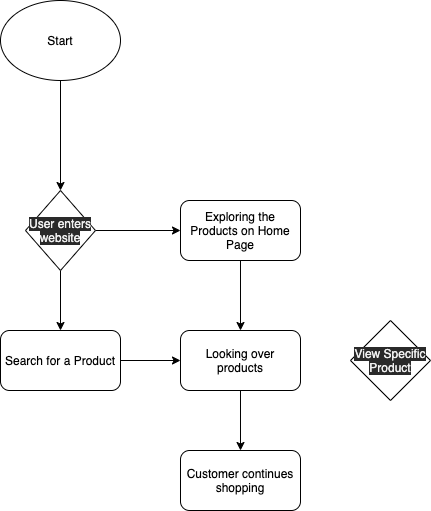
Above: part2/part2.drawio.png in dhuynh97/sp21-cse110-lab4 (draw.io), before the change. Source tidied: cells renumbered, new cells last; positions are measured from the earlier drawing's top-left corner, leaving out a move shared by most shapes.
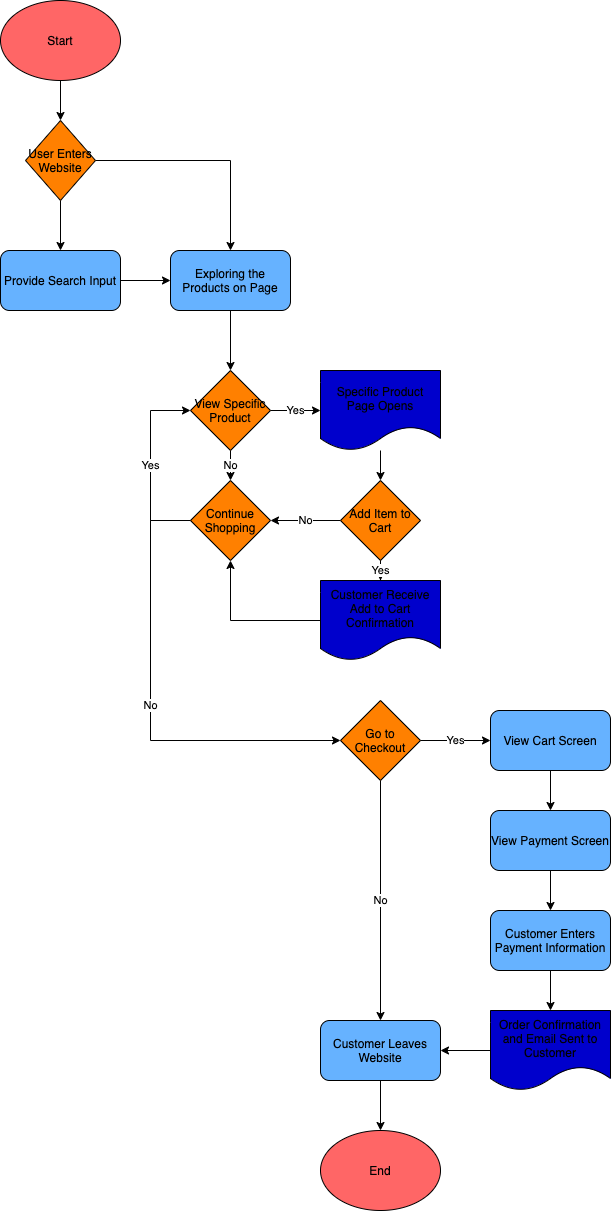
Later version of the same file.

Commit message:
part 2 finished

The edit, as a diff of the source:
```diff
@@ -5,41 +5,122 @@
     <mxCell id="2" style="edgeStyle=orthogonalEdgeStyle;rounded=0;jettySize=auto;html=1;" parent="1" edge="1" source="3" target="12">
       <mxGeometry relative="1" as="geometry" />
     </mxCell>
-    <mxCell id="3" value="Start" style="ellipse;whiteSpace=wrap;html=1;" parent="1" vertex="1">
-      <mxGeometry width="120" height="80" as="geometry" />
+    <mxCell id="3" value="Start" style="ellipse;whiteSpace=wrap;html=1;fillColor=#FF6666;" parent="1" vertex="1">
+      <mxGeometry x="-100" y="-100" width="120" height="80" as="geometry" />
     </mxCell>
-    <mxCell id="4" style="edgeStyle=orthogonalEdgeStyle;rounded=0;jettySize=auto;html=1;" parent="1" edge="1" source="5" target="9">
-      <mxGeometry relative="1" as="geometry" />
-    </mxCell>
-    <mxCell id="5" value="Search for a Product" style="rounded=1;whiteSpace=wrap;html=1;" parent="1" vertex="1">
-      <mxGeometry y="330" width="120" height="60" as="geometry" />
-    </mxCell>
-    <mxCell id="6" style="edgeStyle=orthogonalEdgeStyle;rounded=0;jettySize=auto;html=1;" parent="1" edge="1" source="7" target="9">
-      <mxGeometry relative="1" as="geometry" />
-    </mxCell>
+    <mxCell id="15" style="edgeStyle=orthogonalEdgeStyle;rounded=0;jettySize=auto;html=1;" parent="1" edge="1" source="7" target="13">
+      <mxGeometry relative="1" as="geometry" />
+    </mxCell>
-    <mxCell id="7" value="Exploring the Products on Home Page" style="rounded=1;whiteSpace=wrap;html=1;" parent="1" vertex="1">
-      <mxGeometry x="180" y="200" width="120" height="60" as="geometry" />
+    <mxCell id="7" value="Exploring the Products on Page" style="rounded=1;whiteSpace=wrap;html=1;fillColor=#66B2FF;" parent="1" vertex="1">
+      <mxGeometry x="70" y="150" width="120" height="60" as="geometry" />
     </mxCell>
-    <mxCell id="8" style="edgeStyle=orthogonalEdgeStyle;rounded=0;jettySize=auto;html=1;" parent="1" edge="1" source="9" target="14">
-      <mxGeometry relative="1" as="geometry" />
-    </mxCell>
-    <mxCell id="9" value="Looking over products" style="rounded=1;whiteSpace=wrap;html=1;" parent="1" vertex="1">
-      <mxGeometry x="180" y="330" width="120" height="60" as="geometry" />
-    </mxCell>
-    <mxCell id="10" style="edgeStyle=orthogonalEdgeStyle;rounded=0;jettySize=auto;html=1;" parent="1" edge="1" source="12" target="5">
-      <mxGeometry relative="1" as="geometry" />
-    </mxCell>
     <mxCell id="11" style="edgeStyle=orthogonalEdgeStyle;rounded=0;jettySize=auto;html=1;" parent="1" edge="1" source="12" target="7">
       <mxGeometry relative="1" as="geometry" />
     </mxCell>
+    <mxCell id="16" style="edgeStyle=orthogonalEdgeStyle;rounded=0;jettySize=auto;html=1;" parent="1" edge="1" source="12" target="18">
+      <mxGeometry relative="1" as="geometry" />
+    </mxCell>
-    <mxCell id="12" value="&lt;meta charset=&quot;utf-8&quot;&gt;&lt;span style=&quot;color: rgb(240, 240, 240); font-family: helvetica; font-size: 12px; font-style: normal; font-weight: 400; letter-spacing: normal; text-align: center; text-indent: 0px; text-transform: none; word-spacing: 0px; background-color: rgb(42, 42, 42); display: inline; float: none;&quot;&gt;User enters website&lt;/span&gt;" style="rhombus;whiteSpace=wrap;html=1;" parent="1" vertex="1">
-      <mxGeometry x="25" y="190" width="70" height="80" as="geometry" />
+    <mxCell id="12" value="&lt;font face=&quot;helvetica&quot;&gt;User Enters Website&lt;/font&gt;" style="rhombus;whiteSpace=wrap;html=1;fillColor=#FF8000;" parent="1" vertex="1">
+      <mxGeometry x="-75" y="20" width="70" height="80" as="geometry" />
     </mxCell>
+    <mxCell id="17" style="edgeStyle=orthogonalEdgeStyle;rounded=0;jettySize=auto;html=1;" parent="1" edge="1" source="18" target="7">
+      <mxGeometry relative="1" as="geometry" />
+    </mxCell>
+    <mxCell id="18" value="Provide Search Input" style="rounded=1;whiteSpace=wrap;html=1;fillColor=#66B2FF;" parent="1" vertex="1">
+      <mxGeometry x="-100" y="150" width="120" height="60" as="geometry" />
+    </mxCell>
+    <mxCell id="19" value="Yes" style="edgeStyle=orthogonalEdgeStyle;rounded=0;jettySize=auto;html=1;" parent="1" edge="1" source="13" target="26">
+      <mxGeometry relative="1" as="geometry" />
+    </mxCell>
+    <mxCell id="20" value="No" style="edgeStyle=orthogonalEdgeStyle;rounded=0;jettySize=auto;html=1;" parent="1" edge="1" source="13">
+      <mxGeometry relative="1" as="geometry">
+        <mxPoint x="130" y="380" as="targetPoint" />
+      </mxGeometry>
+    </mxCell>
-    <mxCell id="13" value="&lt;meta charset=&quot;utf-8&quot;&gt;&lt;span style=&quot;color: rgb(240, 240, 240); font-family: helvetica; font-size: 12px; font-style: normal; font-weight: 400; letter-spacing: normal; text-align: center; text-indent: 0px; text-transform: none; word-spacing: 0px; background-color: rgb(42, 42, 42); display: inline; float: none;&quot;&gt;View Specific Product&lt;/span&gt;" style="rhombus;whiteSpace=wrap;html=1;" parent="1" vertex="1">
-      <mxGeometry x="350" y="320" width="80" height="80" as="geometry" />
+    <mxCell id="13" value="View Specific Product" style="rhombus;whiteSpace=wrap;html=1;fillColor=#FF8000;" parent="1" vertex="1">
+      <mxGeometry x="90" y="270" width="80" height="80" as="geometry" />
     </mxCell>
-    <mxCell id="14" value="Customer continues shopping" style="rounded=1;whiteSpace=wrap;html=1;" parent="1" vertex="1">
-      <mxGeometry x="180" y="450" width="120" height="60" as="geometry" />
-    </mxCell>
+    <mxCell id="21" value="Yes" style="edgeStyle=orthogonalEdgeStyle;rounded=0;jettySize=auto;html=1;entryX=0;entryY=0.5;entryDx=0;entryDy=0;" parent="1" edge="1" source="34" target="13">
+      <mxGeometry relative="1" as="geometry">
+        <Array as="points">
+          <mxPoint x="50" y="420" />
+          <mxPoint x="50" y="310" />
+        </Array>
+      </mxGeometry>
+    </mxCell>
+    <mxCell id="22" value="No" style="edgeStyle=orthogonalEdgeStyle;rounded=0;jettySize=auto;html=1;" parent="1" edge="1" source="34" target="29">
+      <mxGeometry relative="1" as="geometry">
+        <Array as="points">
+          <mxPoint x="50" y="420" />
+          <mxPoint x="50" y="640" />
+        </Array>
+      </mxGeometry>
+    </mxCell>
+    <mxCell id="23" style="edgeStyle=orthogonalEdgeStyle;rounded=0;jettySize=auto;html=1;" parent="1" edge="1" source="24" target="34">
+      <mxGeometry relative="1" as="geometry" />
+    </mxCell>
+    <mxCell id="24" value="Customer Receive Add to Cart Confirmation" style="shape=document;whiteSpace=wrap;html=1;boundedLbl=1;fillColor=#0000CC;" parent="1" vertex="1">
+      <mxGeometry x="220" y="480" width="120" height="80" as="geometry" />
+    </mxCell>
+    <mxCell id="25" style="edgeStyle=orthogonalEdgeStyle;rounded=0;jettySize=auto;html=1;" parent="1" edge="1" source="26" target="37">
+      <mxGeometry relative="1" as="geometry" />
+    </mxCell>
+    <mxCell id="26" value="Specific Product Page Opens" style="shape=document;whiteSpace=wrap;html=1;boundedLbl=1;fillColor=#0000CC;" parent="1" vertex="1">
+      <mxGeometry x="220" y="270" width="120" height="80" as="geometry" />
+    </mxCell>
+    <mxCell id="27" value="No" style="edgeStyle=orthogonalEdgeStyle;rounded=0;jettySize=auto;html=1;" parent="1" edge="1" source="29" target="31">
+      <mxGeometry relative="1" as="geometry" />
+    </mxCell>
+    <mxCell id="28" value="Yes" style="edgeStyle=orthogonalEdgeStyle;rounded=0;jettySize=auto;html=1;" parent="1" edge="1" source="29" target="33">
+      <mxGeometry relative="1" as="geometry" />
+    </mxCell>
+    <mxCell id="29" value="Go to Checkout" style="rhombus;whiteSpace=wrap;html=1;fillColor=#FF8000;" parent="1" vertex="1">
+      <mxGeometry x="240" y="600" width="80" height="80" as="geometry" />
+    </mxCell>
+    <mxCell id="30" style="edgeStyle=orthogonalEdgeStyle;rounded=0;jettySize=auto;html=1;" parent="1" edge="1" source="31" target="38">
+      <mxGeometry relative="1" as="geometry" />
+    </mxCell>
+    <mxCell id="31" value="Customer Leaves Website" style="rounded=1;whiteSpace=wrap;html=1;fillColor=#66B2FF;" parent="1" vertex="1">
+      <mxGeometry x="220" y="920" width="120" height="60" as="geometry" />
+    </mxCell>
+    <mxCell id="32" style="edgeStyle=orthogonalEdgeStyle;rounded=0;jettySize=auto;html=1;" parent="1" edge="1" source="33" target="40">
+      <mxGeometry relative="1" as="geometry" />
+    </mxCell>
+    <mxCell id="33" value="View Cart Screen" style="rounded=1;whiteSpace=wrap;html=1;fillColor=#66B2FF;" parent="1" vertex="1">
+      <mxGeometry x="390" y="610" width="120" height="60" as="geometry" />
+    </mxCell>
+    <mxCell id="34" value="Continue Shopping" style="rhombus;whiteSpace=wrap;html=1;fillColor=#FF8000;" parent="1" vertex="1">
+      <mxGeometry x="90" y="380" width="80" height="80" as="geometry" />
+    </mxCell>
+    <mxCell id="35" value="Yes" style="edgeStyle=orthogonalEdgeStyle;rounded=0;jettySize=auto;html=1;" parent="1" edge="1" source="37" target="24">
+      <mxGeometry relative="1" as="geometry" />
+    </mxCell>
+    <mxCell id="36" value="No" style="edgeStyle=orthogonalEdgeStyle;rounded=0;jettySize=auto;html=1;" parent="1" edge="1" source="37" target="34">
+      <mxGeometry relative="1" as="geometry" />
+    </mxCell>
+    <mxCell id="37" value="Add Item to Cart" style="rhombus;whiteSpace=wrap;html=1;fillColor=#FF8000;" parent="1" vertex="1">
+      <mxGeometry x="240" y="380" width="80" height="80" as="geometry" />
+    </mxCell>
+    <mxCell id="38" value="End" style="ellipse;whiteSpace=wrap;html=1;fillColor=#FF6666;" parent="1" vertex="1">
+      <mxGeometry x="220" y="1030" width="120" height="80" as="geometry" />
+    </mxCell>
+    <mxCell id="39" style="edgeStyle=orthogonalEdgeStyle;rounded=0;jettySize=auto;html=1;" parent="1" edge="1" source="40" target="42">
+      <mxGeometry relative="1" as="geometry" />
+    </mxCell>
+    <mxCell id="40" value="View Payment Screen" style="rounded=1;whiteSpace=wrap;html=1;fillColor=#66B2FF;" parent="1" vertex="1">
+      <mxGeometry x="390" y="710" width="120" height="60" as="geometry" />
+    </mxCell>
+    <mxCell id="41" style="edgeStyle=orthogonalEdgeStyle;rounded=0;jettySize=auto;html=1;" parent="1" edge="1" source="42" target="44">
+      <mxGeometry relative="1" as="geometry" />
+    </mxCell>
+    <mxCell id="42" value="Customer Enters Payment Information" style="rounded=1;whiteSpace=wrap;html=1;fillColor=#66B2FF;" parent="1" vertex="1">
+      <mxGeometry x="390" y="810" width="120" height="60" as="geometry" />
+    </mxCell>
+    <mxCell id="43" style="edgeStyle=orthogonalEdgeStyle;rounded=0;jettySize=auto;html=1;" parent="1" edge="1" source="44" target="31">
+      <mxGeometry relative="1" as="geometry" />
+    </mxCell>
+    <mxCell id="44" value="Order Confirmation and Email Sent to Customer" style="shape=document;whiteSpace=wrap;html=1;boundedLbl=1;fillColor=#0000CC;" parent="1" vertex="1">
+      <mxGeometry x="390" y="910" width="120" height="80" as="geometry" />
+    </mxCell>
   </root>
 </mxGraphModel>
```
